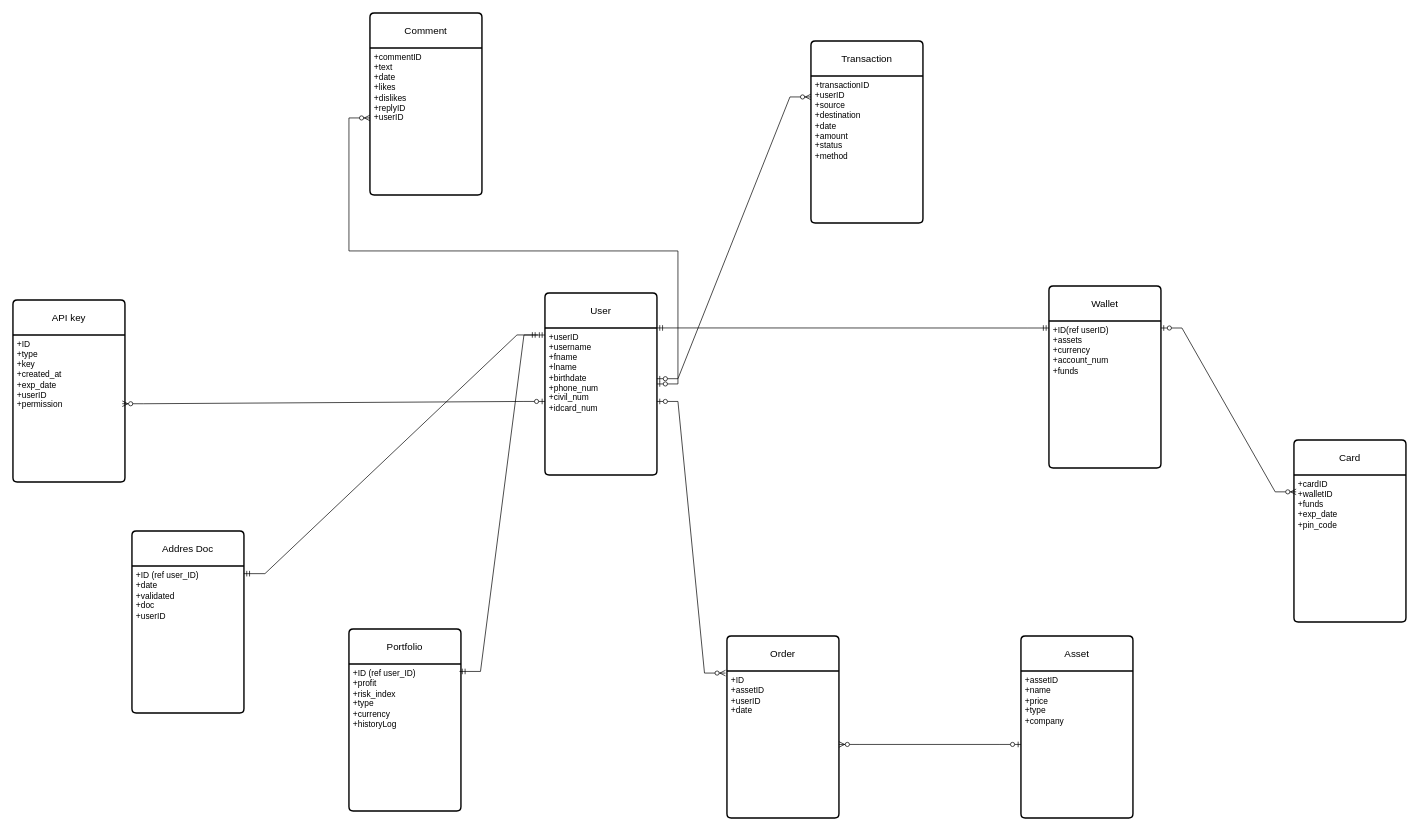
Above: Логически модел.drawio in ThEMueA/dataModeling (draw.io), before the change. Source tidied: cells renumbered, new cells numbered last; positions are measured from the earlier drawing's top-left corner, leaving out a move shared by most shapes. Both pictures are drawn from the tidied source at 70%, with x=0, y=0 at pixel (13, 13).
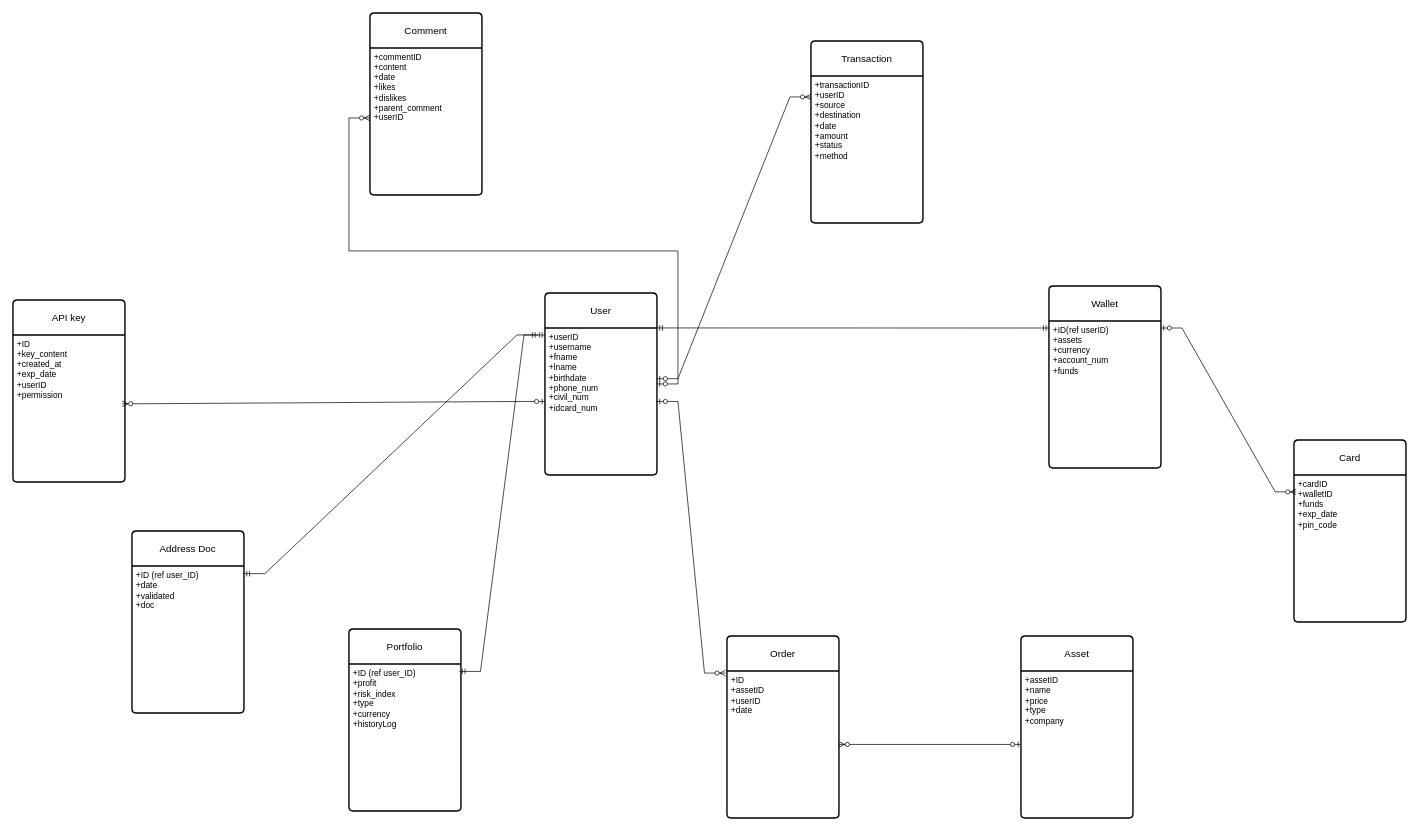
After the change.

The change refers to these unchanged cells:
```xml
<mxCell id="14" value="Comment" style="swimlane;horizontal=1;startSize=50;rounded=1;fontSize=14;fontStyle=0;strokeWidth=2;shadow=0;dashed=0;align=center;arcSize=4;whiteSpace=wrap;html=1;" parent="1" vertex="1">
  <mxGeometry x="510" width="160" height="260" as="geometry" />
</mxCell>
<mxCell id="20" value="API key" style="swimlane;horizontal=1;startSize=50;rounded=1;fontSize=14;fontStyle=0;strokeWidth=2;shadow=0;dashed=0;align=center;arcSize=4;whiteSpace=wrap;html=1;" parent="1" vertex="1">
  <mxGeometry y="410" width="160" height="260" as="geometry" />
</mxCell>
```

Change to the diagram source:
```diff
@@
-    <mxCell id="15" value="+commentID&lt;br&gt;+text&lt;br&gt;+date&lt;div&gt;+likes&lt;/div&gt;&lt;div&gt;+dislikes&lt;/div&gt;&lt;div&gt;+replyID&lt;/div&gt;&lt;div&gt;+userID&lt;/div&gt;&lt;div&gt;&lt;br&gt;&lt;div&gt;&lt;br&gt;&lt;/div&gt;&lt;/div&gt;" style="align=left;strokeColor=none;fillColor=none;spacingLeft=4;spacingRight=4;fontSize=12;verticalAlign=top;html=1;whiteSpace=wrap;" parent="14" vertex="1">
+    <mxCell id="15" value="+commentID&lt;br&gt;+content&lt;br&gt;+date&lt;div&gt;+likes&lt;/div&gt;&lt;div&gt;+dislikes&lt;/div&gt;&lt;div&gt;+parent_comment&lt;/div&gt;&lt;div&gt;+userID&lt;/div&gt;&lt;div&gt;&lt;br&gt;&lt;div&gt;&lt;br&gt;&lt;/div&gt;&lt;/div&gt;" style="align=left;strokeColor=none;fillColor=none;spacingLeft=4;spacingRight=4;fontSize=12;verticalAlign=top;html=1;whiteSpace=wrap;" parent="14" vertex="1">
       <mxGeometry y="50" width="160" height="210" as="geometry" />
     </mxCell>
@@
-    <mxCell id="18" value="Addres Doc" style="swimlane;horizontal=1;startSize=50;rounded=1;fontSize=14;fontStyle=0;strokeWidth=2;shadow=0;dashed=0;align=center;arcSize=4;whiteSpace=wrap;html=1;" parent="1" vertex="1">
+    <mxCell id="18" value="Address Doc" style="swimlane;horizontal=1;startSize=50;rounded=1;fontSize=14;fontStyle=0;strokeWidth=2;shadow=0;dashed=0;align=center;arcSize=4;whiteSpace=wrap;html=1;" parent="1" vertex="1">
       <mxGeometry x="170" y="740" width="160" height="260" as="geometry" />
     </mxCell>
-    <mxCell id="19" value="+ID (ref user_ID)&lt;br&gt;+date&lt;br&gt;+validated&lt;div&gt;+doc&lt;/div&gt;&lt;div&gt;+userID&lt;/div&gt;" style="align=left;strokeColor=none;fillColor=none;spacingLeft=4;spacingRight=4;fontSize=12;verticalAlign=top;html=1;whiteSpace=wrap;" parent="18" vertex="1">
+    <mxCell id="19" value="+ID (ref user_ID)&lt;br&gt;+date&lt;br&gt;+validated&lt;div&gt;+doc&lt;/div&gt;&lt;div&gt;&lt;br&gt;&lt;/div&gt;" style="align=left;strokeColor=none;fillColor=none;spacingLeft=4;spacingRight=4;fontSize=12;verticalAlign=top;html=1;whiteSpace=wrap;" parent="18" vertex="1">
       <mxGeometry y="50" width="160" height="210" as="geometry" />
     </mxCell>
@@
-    <mxCell id="21" value="+ID&lt;br&gt;+type&lt;br&gt;+key&lt;div&gt;+created_at&lt;br&gt;&lt;div&gt;+exp_date&lt;/div&gt;&lt;div&gt;+userID&lt;/div&gt;&lt;div&gt;+permission&lt;br&gt;&lt;div&gt;&lt;br&gt;&lt;/div&gt;&lt;/div&gt;&lt;/div&gt;" style="align=left;strokeColor=none;fillColor=none;spacingLeft=4;spacingRight=4;fontSize=12;verticalAlign=top;html=1;whiteSpace=wrap;" parent="20" vertex="1">
+    <mxCell id="21" value="+ID&lt;br&gt;+key_content&lt;div&gt;+created_at&lt;br&gt;&lt;div&gt;+exp_date&lt;/div&gt;&lt;div&gt;+userID&lt;/div&gt;&lt;div&gt;+permission&lt;br&gt;&lt;div&gt;&lt;br&gt;&lt;/div&gt;&lt;/div&gt;&lt;/div&gt;" style="align=left;strokeColor=none;fillColor=none;spacingLeft=4;spacingRight=4;fontSize=12;verticalAlign=top;html=1;whiteSpace=wrap;" parent="20" vertex="1">
       <mxGeometry y="50" width="160" height="210" as="geometry" />
     </mxCell>
```
